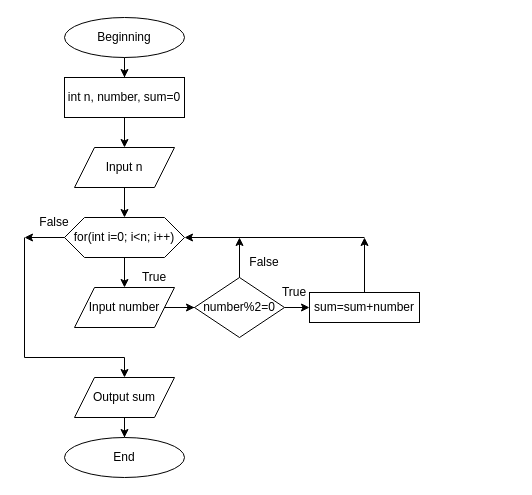
This is diagrams/Epic_7/vns_practice_work_task_4_zimnov_oleksandr_diagram.drawio from Zimnov1/Repo, a draw.io file, before an edit. Source tidied: cells renumbered, new cells numbered last; positions are measured from the earlier drawing's top-left corner, leaving out a move shared by most shapes. Both pictures are drawn from the tidied source at 100%, with x=0, y=0 at pixel (24, 17).
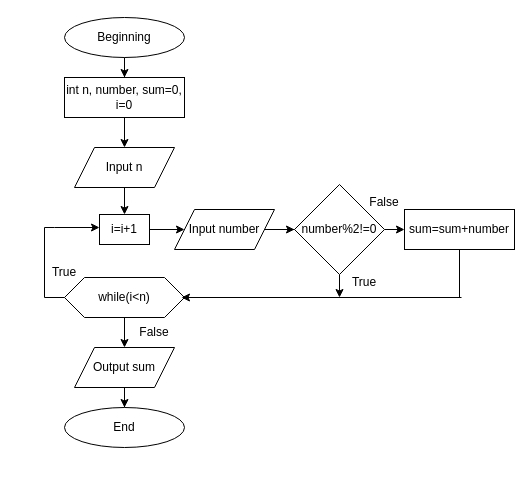
After the change.

Unchanged cells that the change refers to:
```xml
<mxCell id="7" value="Input n" style="shape=parallelogram;perimeter=parallelogramPerimeter;whiteSpace=wrap;html=1;fixedSize=1;" parent="1" vertex="1">
  <mxGeometry x="50" y="130" width="100" height="40" as="geometry" />
</mxCell>
```

The edit, as a diff of the source:
```diff
@@
-    <mxCell id="5" value="int n, number, sum=0" style="rounded=0;whiteSpace=wrap;html=1;" parent="1" vertex="1">
+    <mxCell id="5" value="int n, number, sum=0, i=0" style="rounded=0;whiteSpace=wrap;html=1;" parent="1" vertex="1">
       <mxGeometry x="40" y="60" width="120" height="40" as="geometry" />
     </mxCell>
-    <mxCell id="6" style="edgeStyle=orthogonalEdgeStyle;rounded=0;jettySize=auto;html=1;" parent="1" edge="1" source="7" target="9">
-      <mxGeometry relative="1" as="geometry" />
-    </mxCell>
+    <mxCell id="29" style="edgeStyle=orthogonalEdgeStyle;rounded=0;jettySize=auto;html=1;" parent="1" edge="1" source="7" target="32">
+      <mxGeometry relative="1" as="geometry" />
+    </mxCell>
@@
-    <mxCell id="8" style="edgeStyle=orthogonalEdgeStyle;rounded=0;jettySize=auto;html=1;" parent="1" edge="1" source="9" target="11">
-      <mxGeometry relative="1" as="geometry" />
-    </mxCell>
-    <mxCell id="9" value="for(int i=0; i&amp;lt;n; i++)" style="shape=hexagon;perimeter=hexagonPerimeter2;whiteSpace=wrap;html=1;fixedSize=1;" parent="1" vertex="1">
-      <mxGeometry x="40" y="200" width="120" height="40" as="geometry" />
+    <mxCell id="9" value="while(i&amp;lt;n)" style="shape=hexagon;perimeter=hexagonPerimeter2;whiteSpace=wrap;html=1;fixedSize=1;" parent="1" vertex="1">
+      <mxGeometry x="40" y="260" width="120" height="40" as="geometry" />
     </mxCell>
-    <mxCell id="10" style="edgeStyle=orthogonalEdgeStyle;rounded=0;jettySize=auto;html=1;" parent="1" edge="1" source="11" target="13">
-      <mxGeometry relative="1" as="geometry" />
-    </mxCell>
+    <mxCell id="30" style="edgeStyle=orthogonalEdgeStyle;rounded=0;jettySize=auto;html=1;" parent="1" edge="1" source="11" target="33">
+      <mxGeometry relative="1" as="geometry" />
+    </mxCell>
     <mxCell id="11" value="Input number" style="shape=parallelogram;perimeter=parallelogramPerimeter;whiteSpace=wrap;html=1;fixedSize=1;" parent="1" vertex="1">
-      <mxGeometry x="50" y="270" width="100" height="40" as="geometry" />
+      <mxGeometry x="150" y="192" width="100" height="40" as="geometry" />
     </mxCell>
-    <mxCell id="12" style="edgeStyle=orthogonalEdgeStyle;rounded=0;jettySize=auto;html=1;" parent="1" edge="1" source="13" target="14">
-      <mxGeometry relative="1" as="geometry" />
-    </mxCell>
-    <mxCell id="13" value="number%2=0" style="rhombus;whiteSpace=wrap;html=1;" parent="1" vertex="1">
-      <mxGeometry x="170" y="260" width="90" height="60" as="geometry" />
-    </mxCell>
-    <mxCell id="14" value="sum=sum+number" style="rounded=0;whiteSpace=wrap;html=1;" parent="1" vertex="1">
-      <mxGeometry x="285" y="275" width="110" height="30" as="geometry" />
-    </mxCell>
-    <mxCell id="15" style="endArrow=classic;html=1;rounded=0;exitX=0.5;exitY=0;exitDx=0;exitDy=0;" parent="1" edge="1" source="13">
-      <mxGeometry relative="1" as="geometry">
-        <mxPoint x="215" y="220" as="targetPoint" />
-      </mxGeometry>
+    <mxCell id="15" style="endArrow=classic;html=1;rounded=0;exitX=1;exitY=0.5;exitDx=0;exitDy=0;entryX=0;entryY=0.5;entryDx=0;entryDy=0;" parent="1" edge="1" source="33" target="14">
+      <mxGeometry relative="1" as="geometry" />
     </mxCell>
-    <mxCell id="16" style="endArrow=classic;html=1;rounded=0;entryX=1;entryY=0.5;entryDx=0;entryDy=0;" parent="1" edge="1" target="9">
+    <mxCell id="16" style="endArrow=classic;html=1;rounded=0;entryX=1;entryY=0.5;entryDx=0;entryDy=0;" parent="1" edge="1">
       <mxGeometry relative="1" as="geometry">
-        <mxPoint x="340" y="220" as="sourcePoint" />
+        <mxPoint x="437" y="280" as="sourcePoint" />
+        <mxPoint x="157" y="280" as="targetPoint" />
       </mxGeometry>
     </mxCell>
-    <mxCell id="17" style="endArrow=classic;html=1;rounded=0;exitX=0.5;exitY=0;exitDx=0;exitDy=0;" parent="1" edge="1" source="14">
+    <mxCell id="17" style="endArrow=classic;html=1;rounded=0;exitX=0.5;exitY=1;exitDx=0;exitDy=0;" parent="1" edge="1" source="33">
       <mxGeometry relative="1" as="geometry">
-        <mxPoint x="340" y="220" as="targetPoint" />
+        <mxPoint x="315" y="280" as="targetPoint" />
       </mxGeometry>
     </mxCell>
@@
     <mxCell id="19" value="Output sum" style="shape=parallelogram;perimeter=parallelogramPerimeter;whiteSpace=wrap;html=1;fixedSize=1;" parent="1" vertex="1">
-      <mxGeometry x="50" y="360" width="100" height="40" as="geometry" />
+      <mxGeometry x="50" y="330" width="100" height="40" as="geometry" />
     </mxCell>
     <mxCell id="20" value="End" style="ellipse;whiteSpace=wrap;html=1;" parent="1" vertex="1">
-      <mxGeometry x="40" y="420" width="120" height="40" as="geometry" />
+      <mxGeometry x="40" y="390" width="120" height="40" as="geometry" />
     </mxCell>
-    <mxCell id="21" style="endArrow=classic;html=1;rounded=0;exitX=0;exitY=0.5;exitDx=0;exitDy=0;" parent="1" edge="1" source="9">
-      <mxGeometry relative="1" as="geometry">
-        <mxPoint y="220" as="targetPoint" />
-      </mxGeometry>
-    </mxCell>
-    <mxCell id="22" style="endArrow=none;html=1;rounded=0;" parent="1" edge="1">
-      <mxGeometry relative="1" as="geometry">
-        <mxPoint y="340" as="sourcePoint" />
-        <mxPoint y="220" as="targetPoint" />
-      </mxGeometry>
-    </mxCell>
-    <mxCell id="23" style="endArrow=none;html=1;rounded=0;" parent="1" edge="1">
-      <mxGeometry relative="1" as="geometry">
-        <mxPoint y="340" as="sourcePoint" />
-        <mxPoint x="100" y="340" as="targetPoint" />
-      </mxGeometry>
-    </mxCell>
-    <mxCell id="24" style="endArrow=classic;html=1;rounded=0;entryX=0.5;entryY=0;entryDx=0;entryDy=0;" parent="1" edge="1" target="19">
-      <mxGeometry relative="1" as="geometry">
-        <mxPoint x="100" y="340" as="sourcePoint" />
-      </mxGeometry>
+    <mxCell id="24" style="endArrow=classic;html=1;rounded=0;entryX=0.5;entryY=0;entryDx=0;entryDy=0;exitX=0.5;exitY=1;exitDx=0;exitDy=0;" parent="1" edge="1" source="9" target="19">
+      <mxGeometry relative="1" as="geometry" />
     </mxCell>
     <mxCell id="25" value="True" style="text;html=1;strokeColor=none;fillColor=none;align=center;verticalAlign=middle;whiteSpace=wrap;rounded=0;" parent="1" vertex="1">
-      <mxGeometry x="100" y="245" width="60" height="30" as="geometry" />
+      <mxGeometry x="10" y="240" width="60" height="30" as="geometry" />
     </mxCell>
+    <mxCell id="27" value="False" style="text;html=1;strokeColor=none;fillColor=none;align=center;verticalAlign=middle;whiteSpace=wrap;rounded=0;" parent="1" vertex="1">
+      <mxGeometry x="100" y="300" width="60" height="30" as="geometry" />
+    </mxCell>
+    <mxCell id="31" style="edgeStyle=orthogonalEdgeStyle;rounded=0;jettySize=auto;html=1;" parent="1" edge="1" source="32" target="11">
+      <mxGeometry relative="1" as="geometry" />
+    </mxCell>
+    <mxCell id="32" value="i=i+1" style="rounded=0;whiteSpace=wrap;html=1;" parent="1" vertex="1">
+      <mxGeometry x="75" y="197" width="50" height="30" as="geometry" />
+    </mxCell>
+    <mxCell id="33" value="number%2!=0" style="rhombus;whiteSpace=wrap;html=1;" parent="1" vertex="1">
+      <mxGeometry x="270" y="167" width="90" height="90" as="geometry" />
+    </mxCell>
+    <mxCell id="14" value="sum=sum+number" style="rounded=0;whiteSpace=wrap;html=1;" parent="1" vertex="1">
+      <mxGeometry x="380" y="192" width="110" height="40" as="geometry" />
+    </mxCell>
+    <mxCell id="34" style="endArrow=none;html=1;rounded=0;entryX=0.5;entryY=1;entryDx=0;entryDy=0;" parent="1" edge="1" target="14">
+      <mxGeometry relative="1" as="geometry">
+        <mxPoint x="435" y="280" as="sourcePoint" />
+      </mxGeometry>
+    </mxCell>
+    <mxCell id="35" style="endArrow=classic;html=1;rounded=0;edgeStyle=orthogonalEdgeStyle;entryX=0;entryY=0.5;entryDx=0;entryDy=0;" parent="1" edge="1">
+      <mxGeometry relative="1" as="geometry">
+        <mxPoint x="30" y="210" as="sourcePoint" />
+        <mxPoint x="75" y="210" as="targetPoint" />
+      </mxGeometry>
+    </mxCell>
+    <mxCell id="36" style="endArrow=none;html=1;rounded=0;edgeStyle=orthogonalEdgeStyle;entryX=0;entryY=0.5;entryDx=0;entryDy=0;" parent="1" edge="1" target="9">
+      <mxGeometry relative="1" as="geometry">
+        <mxPoint x="30" y="210" as="sourcePoint" />
+        <Array as="points">
+          <mxPoint x="20" y="210" />
+          <mxPoint x="20" y="280" />
+        </Array>
+      </mxGeometry>
+    </mxCell>
     <mxCell id="26" value="True" style="text;html=1;strokeColor=none;fillColor=none;align=center;verticalAlign=middle;whiteSpace=wrap;rounded=0;" parent="1" vertex="1">
-      <mxGeometry x="240" y="260" width="60" height="30" as="geometry" />
+      <mxGeometry x="310" y="250" width="60" height="30" as="geometry" />
     </mxCell>
-    <mxCell id="27" value="False" style="text;html=1;strokeColor=none;fillColor=none;align=center;verticalAlign=middle;whiteSpace=wrap;rounded=0;" parent="1" vertex="1">
-      <mxGeometry y="190" width="60" height="30" as="geometry" />
-    </mxCell>
     <mxCell id="28" value="False" style="text;html=1;strokeColor=none;fillColor=none;align=center;verticalAlign=middle;whiteSpace=wrap;rounded=0;" parent="1" vertex="1">
-      <mxGeometry x="210" y="230" width="60" height="30" as="geometry" />
+      <mxGeometry x="330" y="170" width="60" height="30" as="geometry" />
     </mxCell>
```
